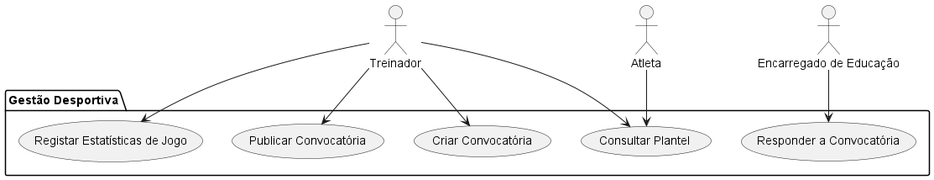
MartiGames8899/LI4 keeps this PlantUML diagram as Relatorio/RelatorioFinal/images/casos_uso_desportiva.png. Above is the earlier version. Its diagram source:
```plantuml
@startuml casos_uso_desportiva

skinparam monochrome true
skinparam shadowing false

actor "Treinador" as T
actor "Encarregado de Educação" as EE
actor "Atleta" as A

package "Gestão Desportiva" {
    usecase "Criar Convocatória" as UC1
    usecase "Publicar Convocatória" as UC2
    usecase "Responder a Convocatória" as UC3
    usecase "Registar Estatísticas de Jogo" as UC4
    usecase "Consultar Plantel" as UC5
}

T --> UC1
T --> UC2
T --> UC4
T --> UC5
EE --> UC3
A --> UC5

@enduml
```
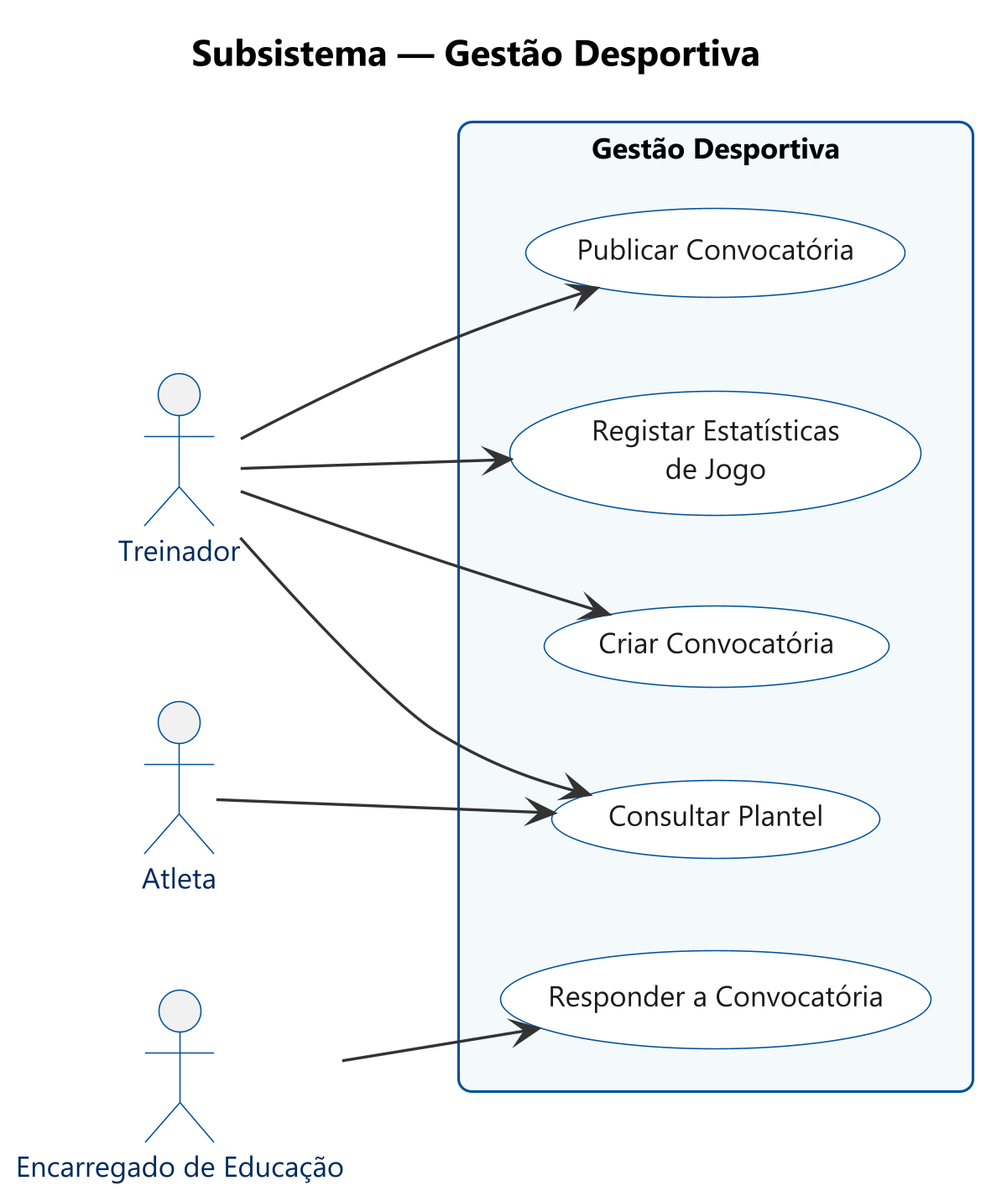
After the commit.

Diff of the diagram source:
```diff
@@ -1,18 +1,19 @@
 @startuml casos_uso_desportiva
+!include _cap_skin.puml
+title Subsistema — Gestão Desportiva
 
-skinparam monochrome true
-skinparam shadowing false
+left to right direction
 
-actor "Treinador" as T
+actor Treinador as T
 actor "Encarregado de Educação" as EE
-actor "Atleta" as A
+actor Atleta as A
 
-package "Gestão Desportiva" {
-    usecase "Criar Convocatória" as UC1
-    usecase "Publicar Convocatória" as UC2
-    usecase "Responder a Convocatória" as UC3
-    usecase "Registar Estatísticas de Jogo" as UC4
-    usecase "Consultar Plantel" as UC5
+rectangle "Gestão Desportiva" {
+  usecase "Criar Convocatória" as UC1
+  usecase "Publicar Convocatória" as UC2
+  usecase "Responder a Convocatória" as UC3
+  usecase "Registar Estatísticas\nde Jogo" as UC4
+  usecase "Consultar Plantel" as UC5
 }
 
 T --> UC1
```
